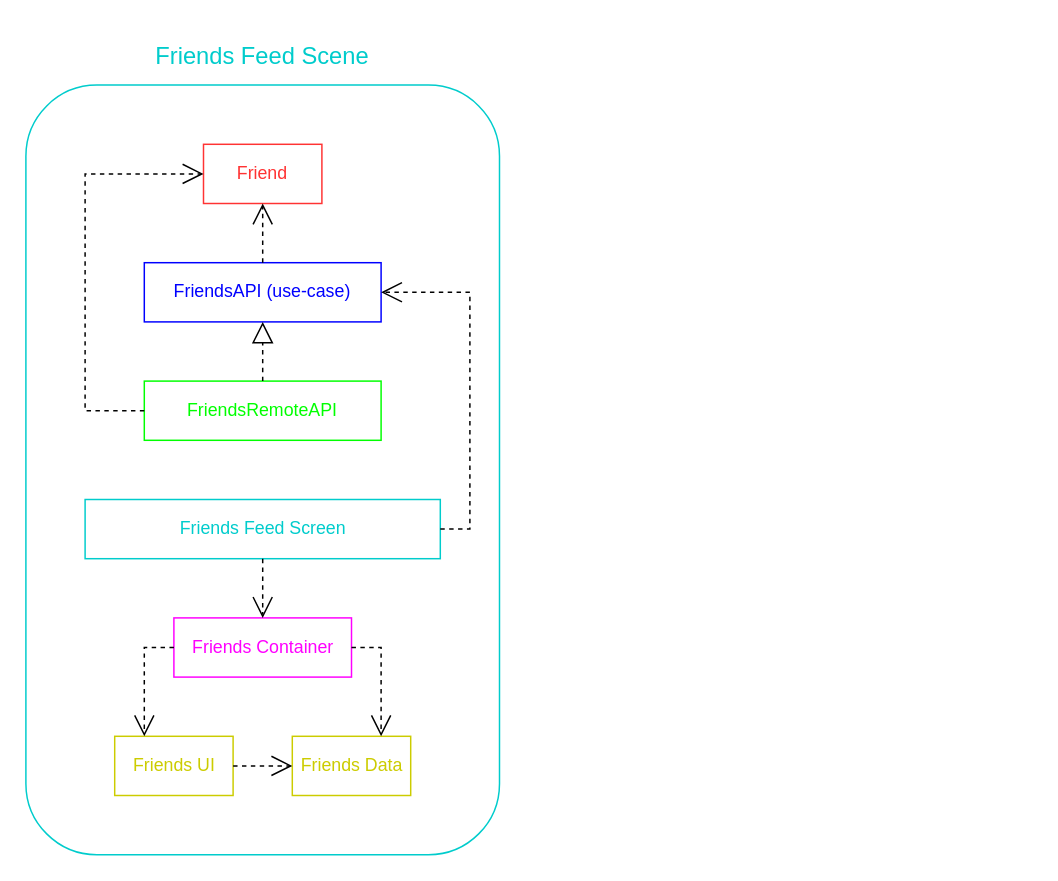
Earlier version of the draw.io diagram app-diagram.drawio (DnEgorWeb/Friends). Source tidied: cells renumbered, new cells numbered last; positions are measured from the earlier drawing's top-left corner, leaving out a move shared by most shapes. Both pictures are drawn from the tidied source at 148%, with x=0, y=0 at pixel (25, 25).
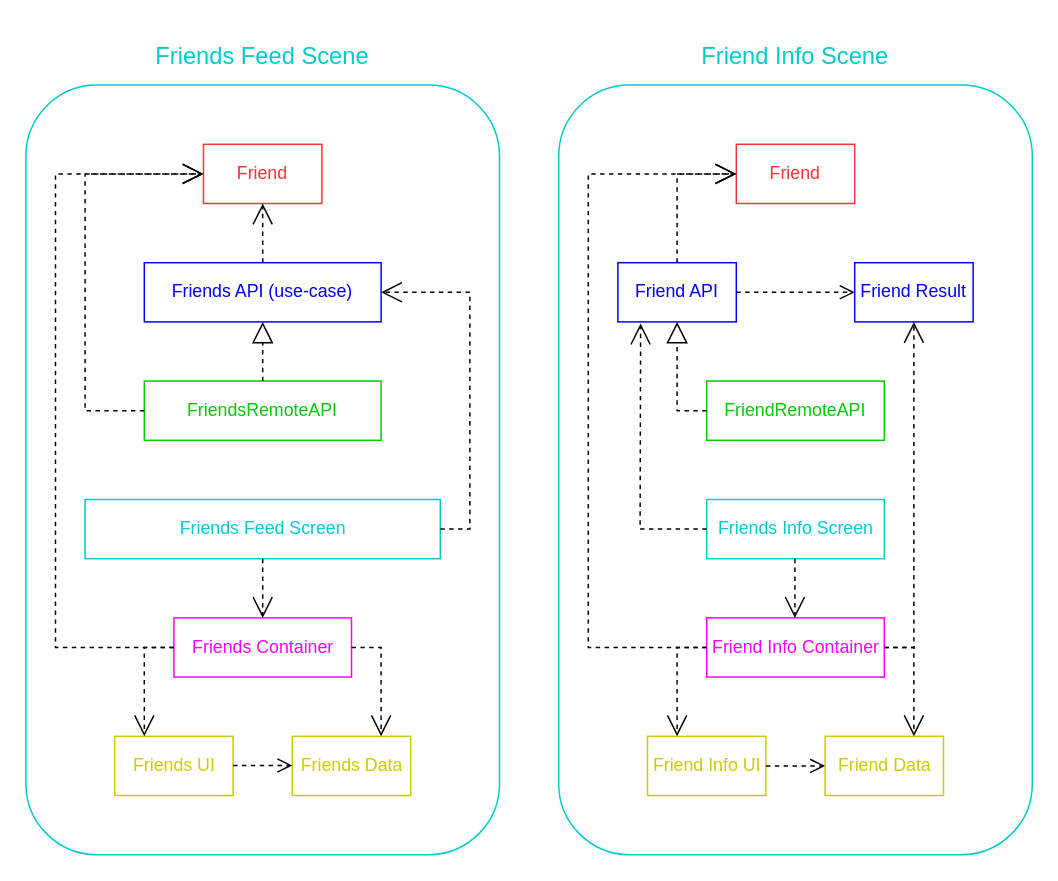
The same diagram, later.

Commit message:
Add friend-info to app-diagram.drawio

The change refers to these unchanged cells:
```xml
<mxCell id="9" value="&lt;font color=&quot;#cccc00&quot;&gt;Friends UI&lt;/font&gt;" style="html=1;fontColor=#00FF00;strokeColor=#CCCC00;" parent="1" vertex="1">
  <mxGeometry x="60" y="480" width="80" height="40" as="geometry" />
</mxCell>
<mxCell id="10" value="&lt;font color=&quot;#cccc00&quot;&gt;Friends Data&lt;/font&gt;" style="html=1;fontColor=#00FF00;strokeColor=#CCCC00;" parent="1" vertex="1">
  <mxGeometry x="180" y="480" width="80" height="40" as="geometry" />
</mxCell>
```

Diff of the diagram source:
```diff
@@
-    <mxCell id="4" value="&lt;font color=&quot;#0000ff&quot;&gt;FriendsAPI (use-case)&lt;/font&gt;" style="rounded=0;whiteSpace=wrap;html=1;fontColor=#FF3333;strokeColor=#0000FF;" parent="1" vertex="1">
+    <mxCell id="4" value="&lt;font color=&quot;#0000ff&quot;&gt;Friends API (use-case)&lt;/font&gt;" style="rounded=0;whiteSpace=wrap;html=1;fontColor=#FF3333;strokeColor=#0000FF;" parent="1" vertex="1">
       <mxGeometry x="80" y="160" width="160" height="40" as="geometry" />
     </mxCell>
-    <mxCell id="5" value="&lt;font color=&quot;#00ff00&quot;&gt;FriendsRemoteAPI&lt;/font&gt;" style="rounded=0;whiteSpace=wrap;html=1;fontColor=#0000FF;strokeColor=#00FF00;" parent="1" vertex="1">
+    <mxCell id="5" value="&lt;font color=&quot;#00cc00&quot;&gt;FriendsRemoteAPI&lt;/font&gt;" style="rounded=0;whiteSpace=wrap;html=1;fontColor=#0000FF;strokeColor=#00CC00;" parent="1" vertex="1">
       <mxGeometry x="80" y="240" width="160" height="40" as="geometry" />
     </mxCell>
@@
-    <mxCell id="13" style="endArrow=open;endSize=12;dashed=1;html=1;rounded=0;fontColor=#00FF00;strokeWidth=1;exitX=1;exitY=0.5;exitDx=0;exitDy=0;entryX=0;entryY=0.5;entryDx=0;entryDy=0;" parent="1" edge="1" source="9" target="10">
-      <mxGeometry relative="1" as="geometry" />
-    </mxCell>
@@
+    <mxCell id="20" style="rounded=1;whiteSpace=wrap;html=1;fontColor=#00CCCC;strokeColor=#00CCCC;" parent="1" vertex="1">
+      <mxGeometry x="360" y="40" width="320" height="520" as="geometry" />
+    </mxCell>
+    <mxCell id="21" value="&lt;font style=&quot;font-size: 16px&quot;&gt;Friend Info Scene&lt;/font&gt;" style="text;html=1;strokeColor=none;fillColor=none;align=center;verticalAlign=middle;whiteSpace=wrap;rounded=0;fontColor=#00CCCC;" parent="1" vertex="1">
+      <mxGeometry x="440" width="160" height="40" as="geometry" />
+    </mxCell>
+    <mxCell id="22" value="&lt;font color=&quot;#ff3333&quot;&gt;Friend&lt;/font&gt;" style="rounded=0;whiteSpace=wrap;html=1;strokeColor=#FF3333;" parent="1" vertex="1">
+      <mxGeometry x="480" y="80" width="80" height="40" as="geometry" />
+    </mxCell>
+    <mxCell id="23" value="&lt;font color=&quot;#0000ff&quot;&gt;Friend API&lt;/font&gt;" style="rounded=0;whiteSpace=wrap;html=1;fontColor=#FF3333;strokeColor=#0000FF;" parent="1" vertex="1">
+      <mxGeometry x="400" y="160" width="80" height="40" as="geometry" />
+    </mxCell>
+    <mxCell id="24" value="&lt;font color=&quot;#0000ff&quot;&gt;Friend Result&lt;/font&gt;" style="rounded=0;whiteSpace=wrap;html=1;fontColor=#FF3333;strokeColor=#0000FF;" parent="1" vertex="1">
+      <mxGeometry x="560" y="160" width="80" height="40" as="geometry" />
+    </mxCell>
+    <mxCell id="25" style="endArrow=open;endSize=12;dashed=1;html=1;rounded=0;fontColor=#00FF00;strokeWidth=1;exitX=0.5;exitY=0;exitDx=0;exitDy=0;entryX=0;entryY=0.5;entryDx=0;entryDy=0;" parent="1" edge="1" target="22">
+      <mxGeometry relative="1" as="geometry">
+        <mxPoint x="440" y="160" as="sourcePoint" />
+        <Array as="points">
+          <mxPoint x="440" y="100" />
+        </Array>
+      </mxGeometry>
+    </mxCell>
+    <mxCell id="26" style="html=1;verticalAlign=bottom;endArrow=open;dashed=1;endSize=8;rounded=0;exitX=1;exitY=0.5;exitDx=0;exitDy=0;entryX=0;entryY=0.5;entryDx=0;entryDy=0;" parent="1" edge="1" source="23" target="24">
+      <mxGeometry relative="1" as="geometry" />
+    </mxCell>
+    <mxCell id="27" value="&lt;font color=&quot;#00cc00&quot;&gt;FriendRemoteAPI&lt;/font&gt;" style="rounded=0;whiteSpace=wrap;html=1;fontColor=#0000FF;strokeColor=#00CC00;" parent="1" vertex="1">
+      <mxGeometry x="460" y="240" width="120" height="40" as="geometry" />
+    </mxCell>
+    <mxCell id="28" style="endArrow=block;dashed=1;endFill=0;endSize=12;html=1;rounded=0;fontColor=#00FF00;strokeWidth=1;exitX=0;exitY=0.5;exitDx=0;exitDy=0;entryX=0.5;entryY=1;entryDx=0;entryDy=0;" parent="1" edge="1" source="27" target="23">
+      <mxGeometry relative="1" as="geometry">
+        <Array as="points">
+          <mxPoint x="440" y="260" />
+        </Array>
+      </mxGeometry>
+    </mxCell>
+    <mxCell id="29" value="&lt;font color=&quot;#cccc00&quot;&gt;Friend Info UI&lt;/font&gt;" style="html=1;fontColor=#00FF00;strokeColor=#CCCC00;" parent="1" vertex="1">
+      <mxGeometry x="420" y="480" width="80" height="40" as="geometry" />
+    </mxCell>
+    <mxCell id="30" value="&lt;font color=&quot;#cccc00&quot;&gt;Friend Data&lt;/font&gt;" style="html=1;fontColor=#00FF00;strokeColor=#CCCC00;" parent="1" vertex="1">
+      <mxGeometry x="540" y="480" width="80" height="40" as="geometry" />
+    </mxCell>
+    <mxCell id="31" style="html=1;verticalAlign=bottom;endArrow=open;dashed=1;endSize=8;rounded=0;exitX=1;exitY=0.5;exitDx=0;exitDy=0;entryX=0;entryY=0.5;entryDx=0;entryDy=0;" parent="1" edge="1" source="29" target="30">
+      <mxGeometry relative="1" as="geometry" />
+    </mxCell>
+    <mxCell id="32" style="html=1;verticalAlign=bottom;endArrow=open;dashed=1;endSize=8;rounded=0;exitX=1;exitY=0.5;exitDx=0;exitDy=0;entryX=0;entryY=0.5;entryDx=0;entryDy=0;" parent="1" edge="1">
+      <mxGeometry relative="1" as="geometry">
+        <mxPoint x="140" y="499.7" as="sourcePoint" />
+        <mxPoint x="180" y="499.7" as="targetPoint" />
+      </mxGeometry>
+    </mxCell>
+    <mxCell id="33" value="&lt;font color=&quot;#ff00ff&quot;&gt;Friend Info Container&lt;/font&gt;" style="html=1;fontColor=#CCCC00;strokeColor=#FF00FF;" parent="1" vertex="1">
+      <mxGeometry x="460" y="400" width="120" height="40" as="geometry" />
+    </mxCell>
+    <mxCell id="34" style="endArrow=open;endSize=12;dashed=1;html=1;rounded=0;fontColor=#00FF00;strokeWidth=1;exitX=0;exitY=0.5;exitDx=0;exitDy=0;entryX=0.25;entryY=0;entryDx=0;entryDy=0;" parent="1" edge="1">
+      <mxGeometry relative="1" as="geometry">
+        <mxPoint x="460" y="420" as="sourcePoint" />
+        <mxPoint x="440" y="480" as="targetPoint" />
+        <Array as="points">
+          <mxPoint x="440" y="420" />
+        </Array>
+      </mxGeometry>
+    </mxCell>
+    <mxCell id="35" style="endArrow=open;endSize=12;dashed=1;html=1;rounded=0;fontColor=#00FF00;strokeWidth=1;exitX=1;exitY=0.5;exitDx=0;exitDy=0;entryX=0.25;entryY=0;entryDx=0;entryDy=0;" parent="1" edge="1">
+      <mxGeometry relative="1" as="geometry">
+        <mxPoint x="580" y="420" as="sourcePoint" />
+        <mxPoint x="600" y="480" as="targetPoint" />
+        <Array as="points">
+          <mxPoint x="600" y="420" />
+        </Array>
+      </mxGeometry>
+    </mxCell>
+    <mxCell id="36" style="endArrow=open;endSize=12;dashed=1;html=1;rounded=0;fontColor=#00FF00;strokeWidth=1;entryX=0.5;entryY=1;entryDx=0;entryDy=0;" parent="1" edge="1" target="24">
+      <mxGeometry relative="1" as="geometry">
+        <mxPoint x="580" y="420" as="sourcePoint" />
+        <Array as="points">
+          <mxPoint x="600" y="420" />
+        </Array>
+      </mxGeometry>
+    </mxCell>
+    <mxCell id="37" style="endArrow=open;endSize=12;dashed=1;html=1;rounded=0;fontColor=#00FF00;strokeWidth=1;" parent="1" edge="1">
+      <mxGeometry relative="1" as="geometry">
+        <mxPoint x="100" y="420" as="sourcePoint" />
+        <mxPoint x="120" y="100" as="targetPoint" />
+        <Array as="points">
+          <mxPoint x="20" y="420" />
+          <mxPoint x="20" y="100" />
+        </Array>
+      </mxGeometry>
+    </mxCell>
+    <mxCell id="38" style="endArrow=open;endSize=12;dashed=1;html=1;rounded=0;fontColor=#00FF00;strokeWidth=1;" parent="1" edge="1">
+      <mxGeometry relative="1" as="geometry">
+        <mxPoint x="460" y="420" as="sourcePoint" />
+        <mxPoint x="480" y="100" as="targetPoint" />
+        <Array as="points">
+          <mxPoint x="380" y="420" />
+          <mxPoint x="380" y="100" />
+        </Array>
+      </mxGeometry>
+    </mxCell>
+    <mxCell id="39" value="&lt;font color=&quot;#00cccc&quot;&gt;Friends Info Screen&lt;/font&gt;" style="html=1;fontColor=#FF00FF;strokeColor=#00CCCC;" parent="1" vertex="1">
+      <mxGeometry x="460" y="320" width="120" height="40" as="geometry" />
+    </mxCell>
+    <mxCell id="40" style="endArrow=open;endSize=12;dashed=1;html=1;rounded=0;fontColor=#00FF00;strokeWidth=1;exitX=0.5;exitY=1;exitDx=0;exitDy=0;entryX=0.5;entryY=0;entryDx=0;entryDy=0;" parent="1" edge="1">
+      <mxGeometry relative="1" as="geometry">
+        <mxPoint x="519.6" y="360" as="sourcePoint" />
+        <mxPoint x="519.6" y="400" as="targetPoint" />
+      </mxGeometry>
+    </mxCell>
+    <mxCell id="41" style="endArrow=open;endSize=12;dashed=1;html=1;rounded=0;fontColor=#00FF00;strokeWidth=1;exitX=0;exitY=0.5;exitDx=0;exitDy=0;entryX=0.192;entryY=1.029;entryDx=0;entryDy=0;entryPerimeter=0;" parent="1" edge="1" source="39" target="23">
+      <mxGeometry relative="1" as="geometry">
+        <Array as="points">
+          <mxPoint x="415" y="340" />
+        </Array>
+      </mxGeometry>
+    </mxCell>
```
